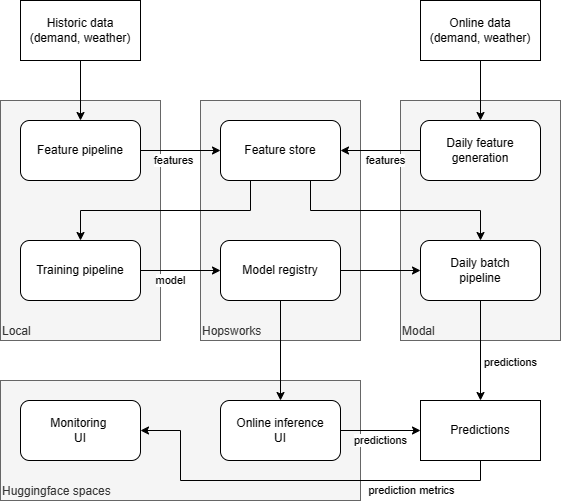
The draw.io diagram proj/report/service_arch.drawio.png in aykhazanchi/id2223-scalable-ml, before a commit. Source tidied: cells renumbered, new cells last; positions are measured from the earlier drawing's top-left corner, leaving out a move shared by most shapes.
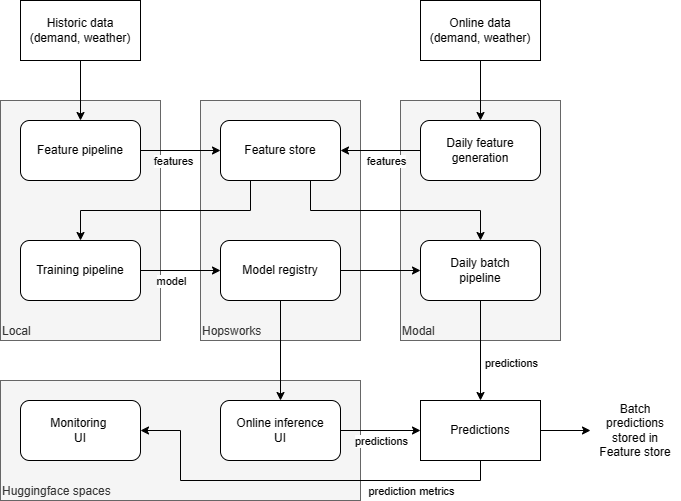
After the change.

Change to the diagram source:
```diff
@@ -90,6 +90,9 @@
         <mxPoint x="10" y="10" as="offset" />
       </mxGeometry>
     </mxCell>
+    <mxCell id="35" style="edgeStyle=orthogonalEdgeStyle;rounded=0;jettySize=auto;html=1;exitX=1;exitY=0.5;exitDx=0;exitDy=0;entryX=0;entryY=0.5;entryDx=0;entryDy=0;" parent="1" edge="1" source="25" target="36">
+      <mxGeometry relative="1" as="geometry" />
+    </mxCell>
     <mxCell id="25" value="Predictions" style="rounded=0;whiteSpace=wrap;html=1;" parent="1" vertex="1">
       <mxGeometry x="420" y="400" width="120" height="60" as="geometry" />
     </mxCell>
@@ -124,5 +127,8 @@
     <mxCell id="34" value="Monitoring&amp;nbsp;&lt;br&gt;UI" style="rounded=1;whiteSpace=wrap;html=1;" parent="1" vertex="1">
       <mxGeometry x="20" y="400" width="120" height="60" as="geometry" />
     </mxCell>
+    <mxCell id="36" value="Batch predictions stored in Feature store" style="text;html=1;strokeColor=none;fillColor=none;align=center;verticalAlign=middle;whiteSpace=wrap;rounded=0;" parent="1" vertex="1">
+      <mxGeometry x="590" y="395" width="90" height="70" as="geometry" />
+    </mxCell>
   </root>
 </mxGraphModel>
```
